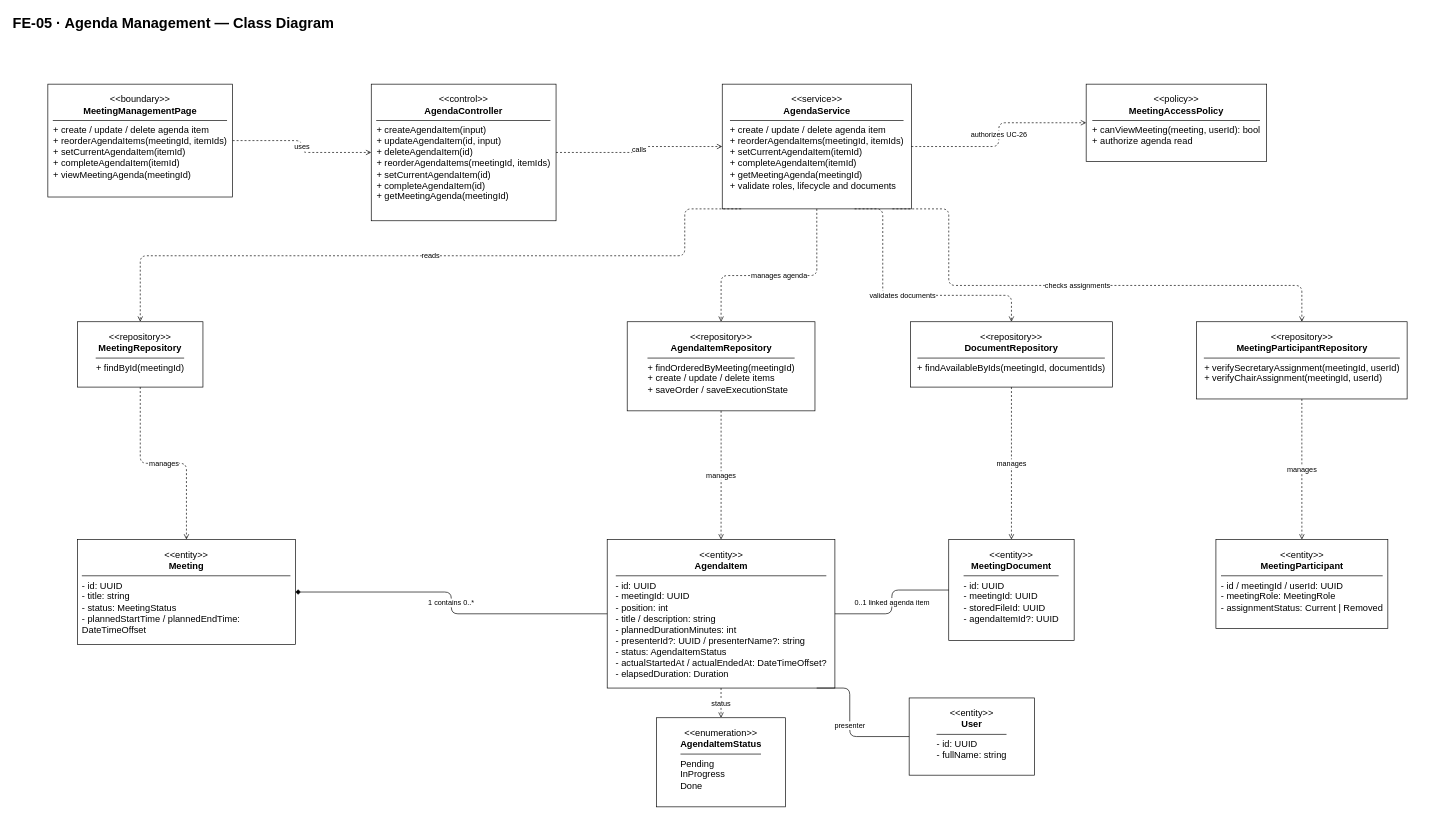
The draw.io diagram docs/07-classdiagram/feature-05-agenda-management-class-diagram.drawio in callmehai/FU-FA26-G116, before the edit. Source tidied: cells renumbered, new cells numbered last; positions are measured from the earlier drawing's top-left corner, leaving out a move shared by most shapes. Both pictures are drawn from the tidied source at 66%, with x=0, y=0 at pixel (11, 11).
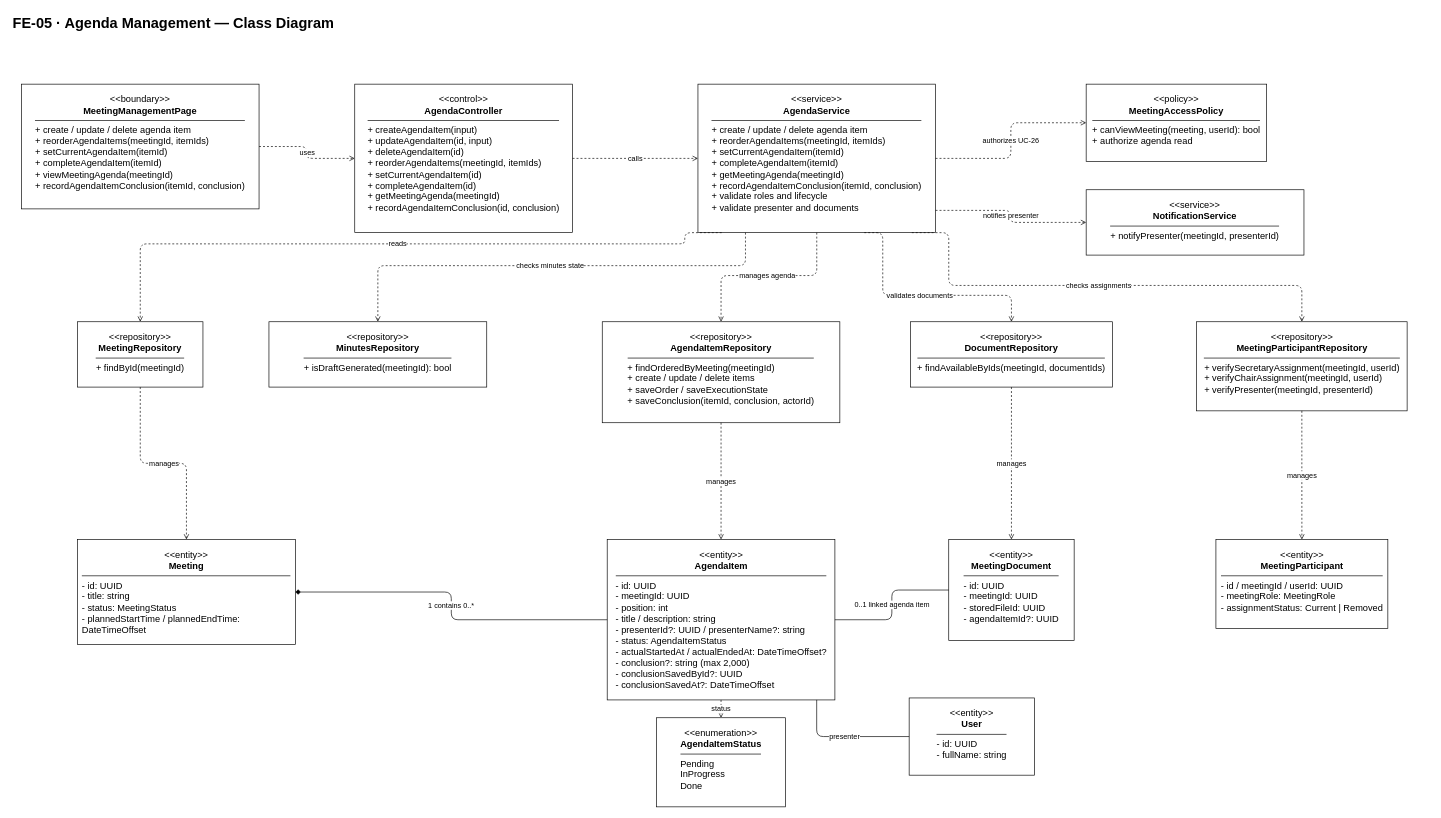
The same diagram, later.

Unchanged cells that the change refers to:
```xml
<mxCell id="7" value="&lt;div style=&quot;text-align:center&quot;&gt;&amp;lt;&amp;lt;repository&amp;gt;&amp;gt;&lt;br&gt;&lt;b&gt;MeetingRepository&lt;/b&gt;&lt;/div&gt;&lt;hr style=&quot;width:100%;height:0;border:0;border-top:1px solid #000000;margin:6px 0;&quot;&gt;&lt;div style=&quot;text-align:left&quot;&gt;+ findById(meetingId)&lt;/div&gt;" style="rounded=0;whiteSpace=wrap;html=1;fillColor=#ffffff;strokeColor=#000000;align=center;verticalAlign=top;spacingTop=8;spacingLeft=6;spacingRight=6;fontSize=14;" parent="1" vertex="1">
  <mxGeometry x="100" y="470" width="190" height="99" as="geometry" />
</mxCell>
<mxCell id="15" value="&lt;div style=&quot;text-align:center&quot;&gt;&amp;lt;&amp;lt;entity&amp;gt;&amp;gt;&lt;br&gt;&lt;b&gt;User&lt;/b&gt;&lt;/div&gt;&lt;hr style=&quot;width:100%;height:0;border:0;border-top:1px solid #000000;margin:6px 0;&quot;&gt;&lt;div style=&quot;text-align:left&quot;&gt;- id: UUID&lt;br&gt;- fullName: string&lt;/div&gt;" style="rounded=0;whiteSpace=wrap;html=1;fillColor=#ffffff;strokeColor=#000000;align=center;verticalAlign=top;spacingTop=8;spacingLeft=6;spacingRight=6;fontSize=14;" parent="1" vertex="1">
  <mxGeometry x="1360" y="1040" width="190" height="117" as="geometry" />
</mxCell>
```

Change to the diagram source:
```diff
@@
-    <mxCell id="3" value="&lt;div style=&quot;text-align:center&quot;&gt;&amp;lt;&amp;lt;boundary&amp;gt;&amp;gt;&lt;br&gt;&lt;b&gt;MeetingManagementPage&lt;/b&gt;&lt;/div&gt;&lt;hr style=&quot;width:100%;height:0;border:0;border-top:1px solid #000000;margin:6px 0;&quot;&gt;&lt;div style=&quot;text-align:left&quot;&gt;+ create / update / delete agenda item&lt;br&gt;+ reorderAgendaItems(meetingId, itemIds)&lt;br&gt;+ setCurrentAgendaItem(itemId)&lt;br&gt;+ completeAgendaItem(itemId)&lt;br&gt;+ viewMeetingAgenda(meetingId)&lt;/div&gt;" style="rounded=0;whiteSpace=wrap;html=1;fillColor=#ffffff;strokeColor=#000000;align=center;verticalAlign=top;spacingTop=8;spacingLeft=6;spacingRight=6;fontSize=14;" parent="1" vertex="1">
-      <mxGeometry x="55" y="110" width="280" height="171" as="geometry" />
+    <mxCell id="3" value="&lt;div style=&quot;text-align:center&quot;&gt;&amp;lt;&amp;lt;boundary&amp;gt;&amp;gt;&lt;br&gt;&lt;b&gt;MeetingManagementPage&lt;/b&gt;&lt;/div&gt;&lt;hr style=&quot;width:100%;height:0;border:0;border-top:1px solid #000000;margin:6px 0;&quot;&gt;&lt;div style=&quot;text-align:left&quot;&gt;+ create / update / delete agenda item&lt;br&gt;+ reorderAgendaItems(meetingId, itemIds)&lt;br&gt;+ setCurrentAgendaItem(itemId)&lt;br&gt;+ completeAgendaItem(itemId)&lt;br&gt;+ viewMeetingAgenda(meetingId)&lt;br&gt;+ recordAgendaItemConclusion(itemId, conclusion)&lt;/div&gt;" style="rounded=0;whiteSpace=wrap;html=1;fillColor=#ffffff;strokeColor=#000000;align=center;verticalAlign=top;spacingTop=8;spacingLeft=6;spacingRight=6;fontSize=14;" parent="1" vertex="1">
+      <mxGeometry x="15" y="110" width="360" height="189" as="geometry" />
     </mxCell>
-    <mxCell id="4" value="&lt;div style=&quot;text-align:center&quot;&gt;&amp;lt;&amp;lt;control&amp;gt;&amp;gt;&lt;br&gt;&lt;b&gt;AgendaController&lt;/b&gt;&lt;/div&gt;&lt;hr style=&quot;width:100%;height:0;border:0;border-top:1px solid #000000;margin:6px 0;&quot;&gt;&lt;div style=&quot;text-align:left&quot;&gt;+ createAgendaItem(input)&lt;br&gt;+ updateAgendaItem(id, input)&lt;br&gt;+ deleteAgendaItem(id)&lt;br&gt;+ reorderAgendaItems(meetingId, itemIds)&lt;br&gt;+ setCurrentAgendaItem(id)&lt;br&gt;+ completeAgendaItem(id)&lt;br&gt;+ getMeetingAgenda(meetingId)&lt;/div&gt;" style="rounded=0;whiteSpace=wrap;html=1;fillColor=#ffffff;strokeColor=#000000;align=center;verticalAlign=top;spacingTop=8;spacingLeft=6;spacingRight=6;fontSize=14;" parent="1" vertex="1">
-      <mxGeometry x="545" y="110" width="280" height="207" as="geometry" />
+    <mxCell id="4" value="&lt;div style=&quot;text-align:center&quot;&gt;&amp;lt;&amp;lt;control&amp;gt;&amp;gt;&lt;br&gt;&lt;b&gt;AgendaController&lt;/b&gt;&lt;/div&gt;&lt;hr style=&quot;width:100%;height:0;border:0;border-top:1px solid #000000;margin:6px 0;&quot;&gt;&lt;div style=&quot;text-align:left&quot;&gt;+ createAgendaItem(input)&lt;br&gt;+ updateAgendaItem(id, input)&lt;br&gt;+ deleteAgendaItem(id)&lt;br&gt;+ reorderAgendaItems(meetingId, itemIds)&lt;br&gt;+ setCurrentAgendaItem(id)&lt;br&gt;+ completeAgendaItem(id)&lt;br&gt;+ getMeetingAgenda(meetingId)&lt;br&gt;+ recordAgendaItemConclusion(id, conclusion)&lt;/div&gt;" style="rounded=0;whiteSpace=wrap;html=1;fillColor=#ffffff;strokeColor=#000000;align=center;verticalAlign=top;spacingTop=8;spacingLeft=6;spacingRight=6;fontSize=14;" parent="1" vertex="1">
+      <mxGeometry x="520" y="110" width="330" height="225" as="geometry" />
     </mxCell>
-    <mxCell id="5" value="&lt;div style=&quot;text-align:center&quot;&gt;&amp;lt;&amp;lt;service&amp;gt;&amp;gt;&lt;br&gt;&lt;b&gt;AgendaService&lt;/b&gt;&lt;/div&gt;&lt;hr style=&quot;width:100%;height:0;border:0;border-top:1px solid #000000;margin:6px 0;&quot;&gt;&lt;div style=&quot;text-align:left&quot;&gt;+ create / update / delete agenda item&lt;br&gt;+ reorderAgendaItems(meetingId, itemIds)&lt;br&gt;+ setCurrentAgendaItem(itemId)&lt;br&gt;+ completeAgendaItem(itemId)&lt;br&gt;+ getMeetingAgenda(meetingId)&lt;br&gt;+ validate roles, lifecycle and documents&lt;/div&gt;" style="rounded=0;whiteSpace=wrap;html=1;fillColor=#ffffff;strokeColor=#000000;align=center;verticalAlign=top;spacingTop=8;spacingLeft=6;spacingRight=6;fontSize=14;" parent="1" vertex="1">
-      <mxGeometry x="1076.8" y="110" width="286.5" height="189" as="geometry" />
+    <mxCell id="5" value="&lt;div style=&quot;text-align:center&quot;&gt;&amp;lt;&amp;lt;service&amp;gt;&amp;gt;&lt;br&gt;&lt;b&gt;AgendaService&lt;/b&gt;&lt;/div&gt;&lt;hr style=&quot;width:100%;height:0;border:0;border-top:1px solid #000000;margin:6px 0;&quot;&gt;&lt;div style=&quot;text-align:left&quot;&gt;+ create / update / delete agenda item&lt;br&gt;+ reorderAgendaItems(meetingId, itemIds)&lt;br&gt;+ setCurrentAgendaItem(itemId)&lt;br&gt;+ completeAgendaItem(itemId)&lt;br&gt;+ getMeetingAgenda(meetingId)&lt;br&gt;+ recordAgendaItemConclusion(itemId, conclusion)&lt;br&gt;+ validate roles and lifecycle&lt;br&gt;+ validate presenter and documents&lt;/div&gt;" style="rounded=0;whiteSpace=wrap;html=1;fillColor=#ffffff;strokeColor=#000000;align=center;verticalAlign=top;spacingTop=8;spacingLeft=6;spacingRight=6;fontSize=14;" parent="1" vertex="1">
+      <mxGeometry x="1040" y="110" width="360" height="225" as="geometry" />
     </mxCell>
@@
-    <mxCell id="8" value="&lt;div style=&quot;text-align:center&quot;&gt;&amp;lt;&amp;lt;repository&amp;gt;&amp;gt;&lt;br&gt;&lt;b&gt;AgendaItemRepository&lt;/b&gt;&lt;/div&gt;&lt;hr style=&quot;width:100%;height:0;border:0;border-top:1px solid #000000;margin:6px 0;&quot;&gt;&lt;div style=&quot;text-align:left&quot;&gt;+ findOrderedByMeeting(meetingId)&lt;br&gt;+ create / update / delete items&lt;br&gt;+ saveOrder / saveExecutionState&lt;/div&gt;" style="rounded=0;whiteSpace=wrap;html=1;fillColor=#ffffff;strokeColor=#000000;align=center;verticalAlign=top;spacingTop=8;spacingLeft=6;spacingRight=6;fontSize=14;" parent="1" vertex="1">
-      <mxGeometry x="932.8" y="470" width="284.5" height="135" as="geometry" />
+    <mxCell id="8" value="&lt;div style=&quot;text-align:center&quot;&gt;&amp;lt;&amp;lt;repository&amp;gt;&amp;gt;&lt;br&gt;&lt;b&gt;AgendaItemRepository&lt;/b&gt;&lt;/div&gt;&lt;hr style=&quot;width:100%;height:0;border:0;border-top:1px solid #000000;margin:6px 0;&quot;&gt;&lt;div style=&quot;text-align:left&quot;&gt;+ findOrderedByMeeting(meetingId)&lt;br&gt;+ create / update / delete items&lt;br&gt;+ saveOrder / saveExecutionState&lt;br&gt;+ saveConclusion(itemId, conclusion, actorId)&lt;/div&gt;" style="rounded=0;whiteSpace=wrap;html=1;fillColor=#ffffff;strokeColor=#000000;align=center;verticalAlign=top;spacingTop=8;spacingLeft=6;spacingRight=6;fontSize=14;" parent="1" vertex="1">
+      <mxGeometry x="895" y="470" width="360" height="153" as="geometry" />
     </mxCell>
@@
-    <mxCell id="10" value="&lt;div style=&quot;text-align:center&quot;&gt;&amp;lt;&amp;lt;repository&amp;gt;&amp;gt;&lt;br&gt;&lt;b&gt;MeetingParticipantRepository&lt;/b&gt;&lt;/div&gt;&lt;hr style=&quot;width:100%;height:0;border:0;border-top:1px solid #000000;margin:6px 0;&quot;&gt;&lt;div style=&quot;text-align:left&quot;&gt;+ verifySecretaryAssignment(meetingId, userId)&lt;br&gt;+ verifyChairAssignment(meetingId, userId)&lt;/div&gt;" style="rounded=0;whiteSpace=wrap;html=1;fillColor=#ffffff;strokeColor=#000000;align=center;verticalAlign=top;spacingTop=8;spacingLeft=6;spacingRight=6;fontSize=14;" parent="1" vertex="1">
-      <mxGeometry x="1795.5" y="470" width="319" height="117" as="geometry" />
+    <mxCell id="10" value="&lt;div style=&quot;text-align:center&quot;&gt;&amp;lt;&amp;lt;repository&amp;gt;&amp;gt;&lt;br&gt;&lt;b&gt;MeetingParticipantRepository&lt;/b&gt;&lt;/div&gt;&lt;hr style=&quot;width:100%;height:0;border:0;border-top:1px solid #000000;margin:6px 0;&quot;&gt;&lt;div style=&quot;text-align:left&quot;&gt;+ verifySecretaryAssignment(meetingId, userId)&lt;br&gt;+ verifyChairAssignment(meetingId, userId)&lt;br&gt;+ verifyPresenter(meetingId, presenterId)&lt;/div&gt;" style="rounded=0;whiteSpace=wrap;html=1;fillColor=#ffffff;strokeColor=#000000;align=center;verticalAlign=top;spacingTop=8;spacingLeft=6;spacingRight=6;fontSize=14;" parent="1" vertex="1">
+      <mxGeometry x="1795.5" y="470" width="319" height="135" as="geometry" />
     </mxCell>
@@
-    <mxCell id="12" value="&lt;div style=&quot;text-align:center&quot;&gt;&amp;lt;&amp;lt;entity&amp;gt;&amp;gt;&lt;br&gt;&lt;b&gt;AgendaItem&lt;/b&gt;&lt;/div&gt;&lt;hr style=&quot;width:100%;height:0;border:0;border-top:1px solid #000000;margin:6px 0;&quot;&gt;&lt;div style=&quot;text-align:left&quot;&gt;- id: UUID&lt;br&gt;- meetingId: UUID&lt;br&gt;- position: int&lt;br&gt;- title / description: string&lt;br&gt;- plannedDurationMinutes: int&lt;br&gt;- presenterId?: UUID / presenterName?: string&lt;br&gt;- status: AgendaItemStatus&lt;br&gt;- actualStartedAt / actualEndedAt: DateTimeOffset?&lt;br&gt;- elapsedDuration: Duration&lt;/div&gt;" style="rounded=0;whiteSpace=wrap;html=1;fillColor=#ffffff;strokeColor=#000000;align=center;verticalAlign=top;spacingTop=8;spacingLeft=6;spacingRight=6;fontSize=14;" parent="1" vertex="1">
-      <mxGeometry x="902.5" y="800" width="345" height="225" as="geometry" />
+    <mxCell id="12" value="&lt;div style=&quot;text-align:center&quot;&gt;&amp;lt;&amp;lt;entity&amp;gt;&amp;gt;&lt;br&gt;&lt;b&gt;AgendaItem&lt;/b&gt;&lt;/div&gt;&lt;hr style=&quot;width:100%;height:0;border:0;border-top:1px solid #000000;margin:6px 0;&quot;&gt;&lt;div style=&quot;text-align:left&quot;&gt;- id: UUID&lt;br&gt;- meetingId: UUID&lt;br&gt;- position: int&lt;br&gt;- title / description: string&lt;br&gt;- presenterId?: UUID / presenterName?: string&lt;br&gt;- status: AgendaItemStatus&lt;br&gt;- actualStartedAt / actualEndedAt: DateTimeOffset?&lt;br&gt;- conclusion?: string (max 2,000)&lt;br&gt;- conclusionSavedById?: UUID&lt;br&gt;- conclusionSavedAt?: DateTimeOffset&lt;/div&gt;" style="rounded=0;whiteSpace=wrap;html=1;fillColor=#ffffff;strokeColor=#000000;align=center;verticalAlign=top;spacingTop=8;spacingLeft=6;spacingRight=6;fontSize=14;" parent="1" vertex="1">
+      <mxGeometry x="902.5" y="800" width="345" height="243" as="geometry" />
     </mxCell>
@@
     <mxCell id="20" value="reads" style="edgeStyle=orthogonalEdgeStyle;rounded=1;jettySize=auto;html=1;dashed=1;endArrow=open;exitX=0.1;exitY=1;entryX=0.5;entryY=0;" parent="1" edge="1" source="5" target="7">
       <mxGeometry relative="1" as="geometry">
         <Array as="points">
-          <mxPoint x="1020" y="370" />
-          <mxPoint x="195" y="370" />
+          <mxPoint x="1020" y="352" />
+          <mxPoint x="195" y="352" />
         </Array>
       </mxGeometry>
     </mxCell>
@@
     <mxCell id="31" value="presenter" style="edgeStyle=orthogonalEdgeStyle;rounded=1;jettySize=auto;html=1;endArrow=none;exitX=0.92;exitY=1;entryX=0;entryY=0.5;" parent="1" edge="1" source="12" target="15">
       <mxGeometry relative="1" as="geometry">
         <Array as="points">
-          <mxPoint x="1270" y="1025" />
-          <mxPoint x="1270" y="1098" />
+          <mxPoint x="1220" y="1098" />
         </Array>
       </mxGeometry>
     </mxCell>
+    <mxCell id="32" value="&lt;div style=&quot;text-align:center&quot;&gt;&amp;lt;&amp;lt;repository&amp;gt;&amp;gt;&lt;br&gt;&lt;b&gt;MinutesRepository&lt;/b&gt;&lt;/div&gt;&lt;hr style=&quot;width:100%;height:0;border:0;border-top:1px solid #000000;margin:6px 0;&quot;&gt;&lt;div style=&quot;text-align:left&quot;&gt;+ isDraftGenerated(meetingId): bool&lt;/div&gt;" style="rounded=0;whiteSpace=wrap;html=1;fillColor=#ffffff;strokeColor=#000000;align=center;verticalAlign=top;spacingTop=8;spacingLeft=6;spacingRight=6;fontSize=14;" parent="1" vertex="1">
+      <mxGeometry x="390" y="470" width="330" height="99" as="geometry" />
+    </mxCell>
+    <mxCell id="33" value="&lt;div style=&quot;text-align:center&quot;&gt;&amp;lt;&amp;lt;service&amp;gt;&amp;gt;&lt;br&gt;&lt;b&gt;NotificationService&lt;/b&gt;&lt;/div&gt;&lt;hr style=&quot;width:100%;height:0;border:0;border-top:1px solid #000000;margin:6px 0;&quot;&gt;&lt;div style=&quot;text-align:left&quot;&gt;+ notifyPresenter(meetingId, presenterId)&lt;/div&gt;" style="rounded=0;whiteSpace=wrap;html=1;fillColor=#ffffff;strokeColor=#000000;align=center;verticalAlign=top;spacingTop=8;spacingLeft=6;spacingRight=6;fontSize=14;" parent="1" vertex="1">
+      <mxGeometry x="1628.2" y="270" width="330" height="99" as="geometry" />
+    </mxCell>
+    <mxCell id="34" value="checks minutes state" style="edgeStyle=orthogonalEdgeStyle;rounded=1;jettySize=auto;html=1;dashed=1;endArrow=open;exitX=0.2;exitY=1;entryX=0.5;entryY=0;" parent="1" edge="1" source="5" target="32">
+      <mxGeometry relative="1" as="geometry">
+        <Array as="points">
+          <mxPoint x="1112" y="385" />
+          <mxPoint x="555" y="385" />
+        </Array>
+      </mxGeometry>
+    </mxCell>
+    <mxCell id="35" value="notifies presenter" style="edgeStyle=orthogonalEdgeStyle;rounded=1;jettySize=auto;html=1;dashed=1;endArrow=open;exitX=1;exitY=0.85;entryX=0;entryY=0.5;" parent="1" edge="1" source="5" target="33">
+      <mxGeometry relative="1" as="geometry" />
+    </mxCell>
```
